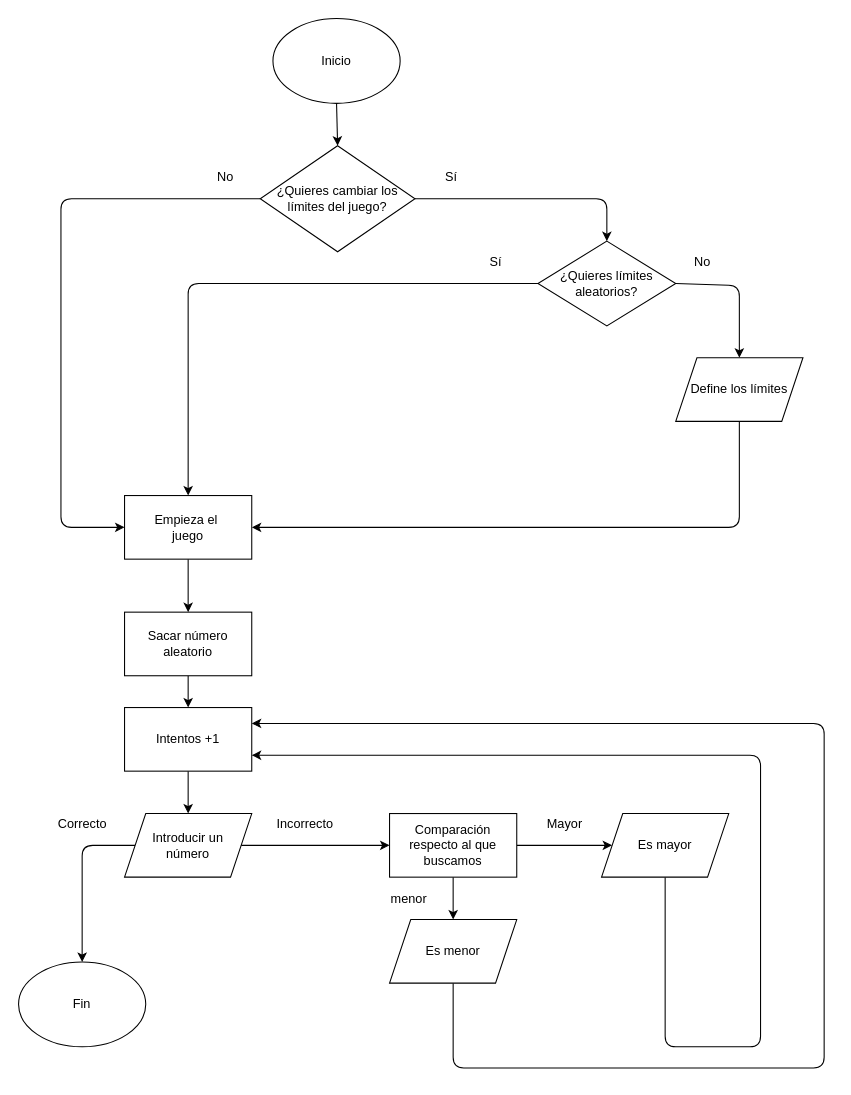
Before: diagrama.drawio in Jojo3235/Adivinar_un_numero, a draw.io diagram. Source tidied: cells renumbered, new cells numbered last; positions are measured from the earlier drawing's top-left corner, leaving out a move shared by most shapes. Both pictures are drawn from the tidied source at 106%, with x=0, y=0 at pixel (18, 18).
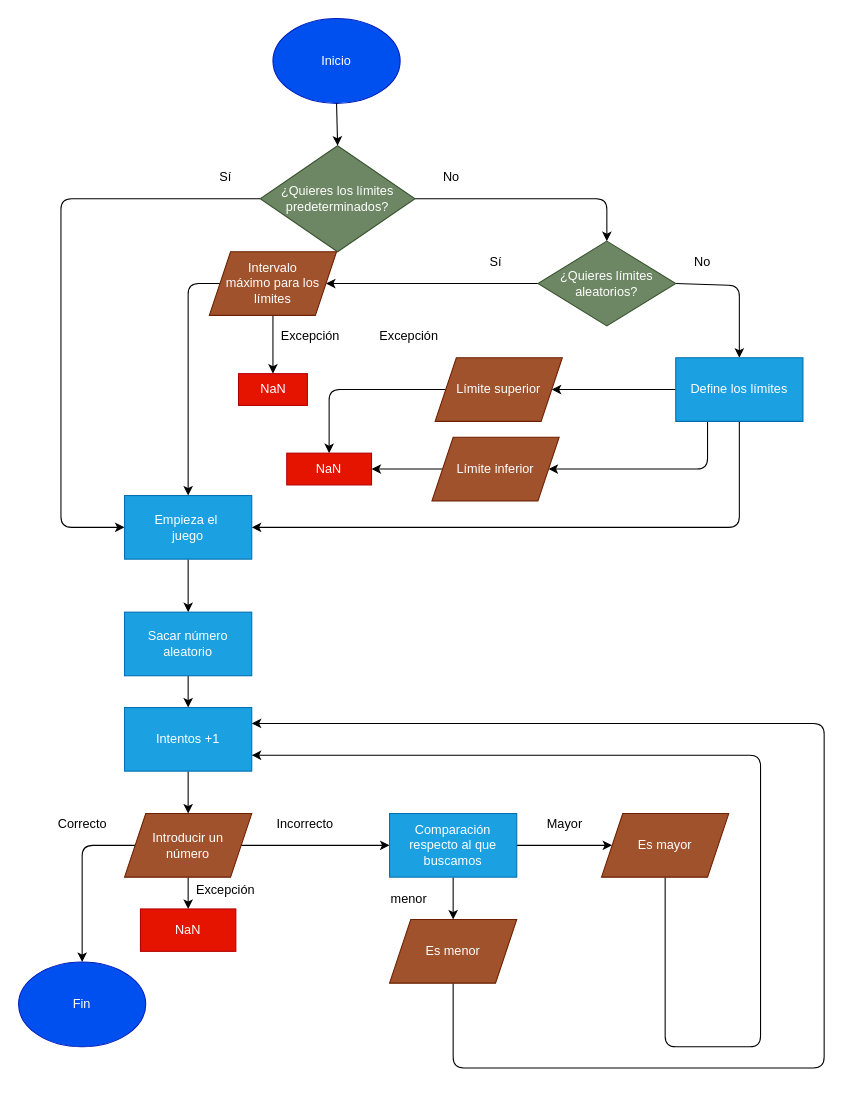
The same diagram, later.

Commit message:
Ajuste diagrama de flujos

What changed in the source:
```diff
@@
-    <mxCell id="2" value="Inicio" style="ellipse;whiteSpace=wrap;html=1;" parent="1" vertex="1">
+    <mxCell id="2" value="Inicio" style="ellipse;whiteSpace=wrap;html=1;fillColor=#0050ef;fontColor=#ffffff;strokeColor=#001DBC;" parent="1" vertex="1">
       <mxGeometry x="240" width="120" height="80" as="geometry" />
     </mxCell>
@@
-    <mxCell id="6" value="Sí" style="text;html=1;align=center;verticalAlign=middle;strokeColor=none;fillColor=none;" parent="1" vertex="1">
+    <mxCell id="6" value="No" style="text;html=1;align=center;verticalAlign=middle;strokeColor=none;fillColor=none;" parent="1" vertex="1">
       <mxGeometry x="393" y="140" width="30" height="20" as="geometry" />
     </mxCell>
-    <mxCell id="7" value="No" style="text;html=1;align=center;verticalAlign=middle;strokeColor=none;fillColor=none;" parent="1" vertex="1">
+    <mxCell id="7" value="Sí" style="text;html=1;align=center;verticalAlign=middle;strokeColor=none;fillColor=none;" parent="1" vertex="1">
       <mxGeometry x="180" y="140" width="30" height="20" as="geometry" />
     </mxCell>
@@
-    <mxCell id="9" value="Empieza el&amp;nbsp;&lt;br&gt;juego" style="rounded=0;whiteSpace=wrap;html=1;" parent="1" vertex="1">
+    <mxCell id="9" value="Empieza el&amp;nbsp;&lt;br&gt;juego" style="rounded=0;whiteSpace=wrap;html=1;fillColor=#1ba1e2;fontColor=#ffffff;strokeColor=#006EAF;" parent="1" vertex="1">
       <mxGeometry x="100" y="450" width="120" height="60" as="geometry" />
     </mxCell>
@@
-    <mxCell id="11" style="edgeStyle=none;html=1;exitX=0;exitY=0.5;exitDx=0;exitDy=0;entryX=0.5;entryY=0;entryDx=0;entryDy=0;" parent="1" edge="1" source="31" target="9">
+    <mxCell id="11" style="edgeStyle=none;html=1;exitX=0;exitY=0.5;exitDx=0;exitDy=0;entryX=1;entryY=0.5;entryDx=0;entryDy=0;" parent="1" edge="1" source="31" target="45">
       <mxGeometry relative="1" as="geometry">
         <Array as="points">
           <mxPoint x="405" y="250" />
-          <mxPoint x="270" y="250" />
-          <mxPoint x="160" y="250" />
+          <mxPoint x="310" y="250" />
         </Array>
       </mxGeometry>
     </mxCell>
@@
+    <mxCell id="38" style="edgeStyle=none;html=1;exitX=0;exitY=0.5;exitDx=0;exitDy=0;entryX=1;entryY=0.5;entryDx=0;entryDy=0;" parent="1" edge="1" source="15" target="49">
+      <mxGeometry relative="1" as="geometry" />
+    </mxCell>
+    <mxCell id="39" style="edgeStyle=none;html=1;exitX=0.25;exitY=1;exitDx=0;exitDy=0;entryX=1;entryY=0.5;entryDx=0;entryDy=0;" parent="1" edge="1" source="15" target="52">
+      <mxGeometry relative="1" as="geometry">
+        <Array as="points">
+          <mxPoint x="650" y="425" />
+        </Array>
+      </mxGeometry>
+    </mxCell>
-    <mxCell id="15" value="Define los límites" style="shape=parallelogram;perimeter=parallelogramPerimeter;whiteSpace=wrap;html=1;fixedSize=1;" parent="1" vertex="1">
+    <mxCell id="15" value="Define los límites" style="shape=parallelogram;perimeter=parallelogramPerimeter;whiteSpace=wrap;html=1;fixedSize=1;size=0;fillColor=#1ba1e2;fontColor=#ffffff;strokeColor=#006EAF;" parent="1" vertex="1">
       <mxGeometry x="620" y="320" width="120" height="60" as="geometry" />
     </mxCell>
@@
-    <mxCell id="17" value="Sacar número&lt;br&gt;aleatorio" style="rounded=0;whiteSpace=wrap;html=1;" parent="1" vertex="1">
+    <mxCell id="17" value="Sacar número&lt;br&gt;aleatorio" style="rounded=0;whiteSpace=wrap;html=1;fillColor=#1ba1e2;fontColor=#ffffff;strokeColor=#006EAF;" parent="1" vertex="1">
       <mxGeometry x="100" y="560" width="120" height="60" as="geometry" />
     </mxCell>
@@
+    <mxCell id="40" style="edgeStyle=none;html=1;" parent="1" edge="1" source="21" target="41">
+      <mxGeometry relative="1" as="geometry" />
+    </mxCell>
-    <mxCell id="21" value="Introducir un&lt;br&gt;número" style="shape=parallelogram;perimeter=parallelogramPerimeter;whiteSpace=wrap;html=1;fixedSize=1;rounded=0;" parent="1" vertex="1">
+    <mxCell id="21" value="Introducir un&lt;br&gt;número" style="shape=parallelogram;perimeter=parallelogramPerimeter;whiteSpace=wrap;html=1;fixedSize=1;rounded=0;fillColor=#a0522d;fontColor=#ffffff;strokeColor=#6D1F00;" parent="1" vertex="1">
       <mxGeometry x="100" y="750" width="120" height="60" as="geometry" />
     </mxCell>
@@
-    <mxCell id="23" value="Intentos +1" style="whiteSpace=wrap;html=1;rounded=0;" parent="1" vertex="1">
+    <mxCell id="23" value="Intentos +1" style="whiteSpace=wrap;html=1;rounded=0;fillColor=#1ba1e2;fontColor=#ffffff;strokeColor=#006EAF;" parent="1" vertex="1">
       <mxGeometry x="100" y="650" width="120" height="60" as="geometry" />
     </mxCell>
@@
-    <mxCell id="25" value="Fin" style="ellipse;whiteSpace=wrap;html=1;" parent="1" vertex="1">
+    <mxCell id="25" value="Fin" style="ellipse;whiteSpace=wrap;html=1;fillColor=#0050ef;fontColor=#ffffff;strokeColor=#001DBC;" parent="1" vertex="1">
       <mxGeometry y="890" width="120" height="80" as="geometry" />
     </mxCell>
@@
-    <mxCell id="29" value="Comparación respecto al que buscamos" style="rounded=0;whiteSpace=wrap;html=1;" parent="1" vertex="1">
+    <mxCell id="29" value="Comparación respecto al que buscamos" style="rounded=0;whiteSpace=wrap;html=1;fillColor=#1ba1e2;fontColor=#ffffff;strokeColor=#006EAF;" parent="1" vertex="1">
       <mxGeometry x="350" y="750" width="120" height="60" as="geometry" />
     </mxCell>
-    <mxCell id="30" value="¿Quieres cambiar los límites del juego?" style="rhombus;whiteSpace=wrap;html=1;" parent="1" vertex="1">
+    <mxCell id="30" value="¿Quieres los límites predeterminados?" style="rhombus;whiteSpace=wrap;html=1;fillColor=#6d8764;fontColor=#ffffff;strokeColor=#3A5431;" parent="1" vertex="1">
       <mxGeometry x="228" y="120" width="146" height="100" as="geometry" />
     </mxCell>
-    <mxCell id="31" value="¿Quieres límites aleatorios?" style="rhombus;whiteSpace=wrap;html=1;" parent="1" vertex="1">
+    <mxCell id="31" value="¿Quieres límites aleatorios?" style="rhombus;whiteSpace=wrap;html=1;fillColor=#6d8764;fontColor=#ffffff;strokeColor=#3A5431;" parent="1" vertex="1">
       <mxGeometry x="490" y="210" width="130" height="80" as="geometry" />
     </mxCell>
@@
-    <mxCell id="33" value="Es mayor" style="shape=parallelogram;perimeter=parallelogramPerimeter;whiteSpace=wrap;html=1;fixedSize=1;" parent="1" vertex="1">
+    <mxCell id="33" value="Es mayor" style="shape=parallelogram;perimeter=parallelogramPerimeter;whiteSpace=wrap;html=1;fixedSize=1;fillColor=#a0522d;fontColor=#ffffff;strokeColor=#6D1F00;" parent="1" vertex="1">
       <mxGeometry x="550" y="750" width="120" height="60" as="geometry" />
     </mxCell>
@@
-    <mxCell id="36" value="Es menor" style="shape=parallelogram;perimeter=parallelogramPerimeter;whiteSpace=wrap;html=1;fixedSize=1;" parent="1" vertex="1">
+    <mxCell id="36" value="Es menor" style="shape=parallelogram;perimeter=parallelogramPerimeter;whiteSpace=wrap;html=1;fixedSize=1;fillColor=#a0522d;fontColor=#ffffff;strokeColor=#6D1F00;" parent="1" vertex="1">
       <mxGeometry x="350" y="850" width="120" height="60" as="geometry" />
     </mxCell>
@@
+    <mxCell id="41" value="NaN" style="whiteSpace=wrap;html=1;rounded=0;fillColor=#e51400;fontColor=#ffffff;strokeColor=#B20000;" parent="1" vertex="1">
+      <mxGeometry x="115" y="840" width="90" height="40" as="geometry" />
+    </mxCell>
+    <mxCell id="42" value="Excepción" style="text;html=1;align=center;verticalAlign=middle;strokeColor=none;fillColor=none;" parent="1" vertex="1">
+      <mxGeometry x="160" y="812" width="70" height="20" as="geometry" />
+    </mxCell>
+    <mxCell id="43" style="edgeStyle=none;html=1;entryX=0.5;entryY=0;entryDx=0;entryDy=0;exitX=0;exitY=0.5;exitDx=0;exitDy=0;" parent="1" edge="1" source="45" target="9">
+      <mxGeometry relative="1" as="geometry">
+        <Array as="points">
+          <mxPoint x="160" y="250" />
+        </Array>
+      </mxGeometry>
+    </mxCell>
+    <mxCell id="44" style="edgeStyle=none;html=1;exitX=0.5;exitY=1;exitDx=0;exitDy=0;entryX=0.5;entryY=0;entryDx=0;entryDy=0;" parent="1" edge="1" source="45" target="46">
+      <mxGeometry relative="1" as="geometry" />
+    </mxCell>
+    <mxCell id="45" value="Intervalo máximo&amp;nbsp;para los límites" style="shape=parallelogram;perimeter=parallelogramPerimeter;whiteSpace=wrap;html=1;fixedSize=1;fillColor=#a0522d;fontColor=#ffffff;strokeColor=#6D1F00;" parent="1" vertex="1">
+      <mxGeometry x="180" y="220" width="120" height="60" as="geometry" />
+    </mxCell>
+    <mxCell id="46" value="NaN" style="whiteSpace=wrap;html=1;fillColor=#e51400;strokeColor=#B20000;fontColor=#ffffff;" parent="1" vertex="1">
+      <mxGeometry x="207.5" y="335" width="65" height="30" as="geometry" />
+    </mxCell>
+    <mxCell id="47" value="Excepción" style="text;html=1;align=center;verticalAlign=middle;strokeColor=none;fillColor=none;" parent="1" vertex="1">
+      <mxGeometry x="240" y="290" width="70" height="20" as="geometry" />
+    </mxCell>
+    <mxCell id="48" style="edgeStyle=none;html=1;exitX=0;exitY=0.5;exitDx=0;exitDy=0;entryX=0.5;entryY=0;entryDx=0;entryDy=0;" parent="1" edge="1" source="49" target="53">
+      <mxGeometry relative="1" as="geometry">
+        <Array as="points">
+          <mxPoint x="293" y="350" />
+        </Array>
+      </mxGeometry>
+    </mxCell>
+    <mxCell id="49" value="Límite superior" style="shape=parallelogram;perimeter=parallelogramPerimeter;whiteSpace=wrap;html=1;fixedSize=1;fillColor=#a0522d;fontColor=#ffffff;strokeColor=#6D1F00;" parent="1" vertex="1">
+      <mxGeometry x="393" y="320" width="120" height="60" as="geometry" />
+    </mxCell>
+    <mxCell id="50" value="Excepción" style="text;html=1;align=center;verticalAlign=middle;strokeColor=none;fillColor=none;" parent="1" vertex="1">
+      <mxGeometry x="333" y="290" width="70" height="20" as="geometry" />
+    </mxCell>
+    <mxCell id="51" style="edgeStyle=none;html=1;exitX=0;exitY=0.5;exitDx=0;exitDy=0;entryX=1;entryY=0.5;entryDx=0;entryDy=0;" parent="1" edge="1" source="52" target="53">
+      <mxGeometry relative="1" as="geometry" />
+    </mxCell>
+    <mxCell id="52" value="Límite inferior" style="shape=parallelogram;perimeter=parallelogramPerimeter;whiteSpace=wrap;html=1;fixedSize=1;fillColor=#a0522d;fontColor=#ffffff;strokeColor=#6D1F00;" parent="1" vertex="1">
+      <mxGeometry x="390" y="395" width="120" height="60" as="geometry" />
+    </mxCell>
+    <mxCell id="53" value="NaN" style="whiteSpace=wrap;html=1;fillColor=#e51400;fontColor=#ffffff;strokeColor=#B20000;" parent="1" vertex="1">
+      <mxGeometry x="253" y="410" width="80" height="30" as="geometry" />
+    </mxCell>
```
